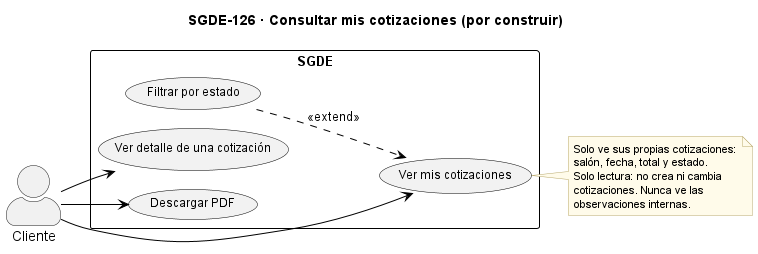
Before: docs/casos_uso_sgde/SGDE-126_Consultar_mis_cotizaciones.png, a diagram exported from PlantUML (AndreCamx2/Gestion-De-Eventos). The source it was exported from:
```plantuml
@startuml SGDE-126_Consultar_mis_cotizaciones
!pragma layout smetana
left to right direction
skinparam backgroundColor white
skinparam usecase {
  BackgroundColor #F2F2F2
  BorderColor black
  FontSize 12
}
skinparam rectangle {
  BorderColor black
  FontSize 13
  FontStyle bold
}
skinparam note {
  BackgroundColor #FFFBEA
  BorderColor #B8A86B
  FontSize 11
}
skinparam ArrowColor black
skinparam actorStyle awesome
title SGDE-126 · Consultar mis cotizaciones (por construir)

actor "Cliente" as CL

rectangle "SGDE" {
  usecase "Ver mis cotizaciones" as UC1
  usecase "Filtrar por estado" as UC2
  usecase "Ver detalle de una cotización" as UC3
  usecase "Descargar PDF" as UC4
}

CL --> UC1
CL --> UC3
CL --> UC4
UC2 ..> UC1 : <<extend>>

note right of UC1
  Solo ve sus propias cotizaciones:
  salón, fecha, total y estado.
  Solo lectura: no crea ni cambia
  cotizaciones. Nunca ve las
  observaciones internas.
end note
@enduml
```
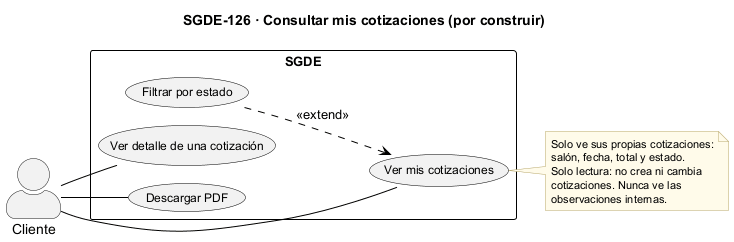
The same file after the commit.

Diff of the diagram source:
```diff
@@ -30,9 +30,9 @@
   usecase "Descargar PDF" as UC4
 }
 
-CL --> UC1
-CL --> UC3
-CL --> UC4
+CL -- UC1
+CL -- UC3
+CL -- UC4
 UC2 ..> UC1 : <<extend>>
 
 note right of UC1
```
